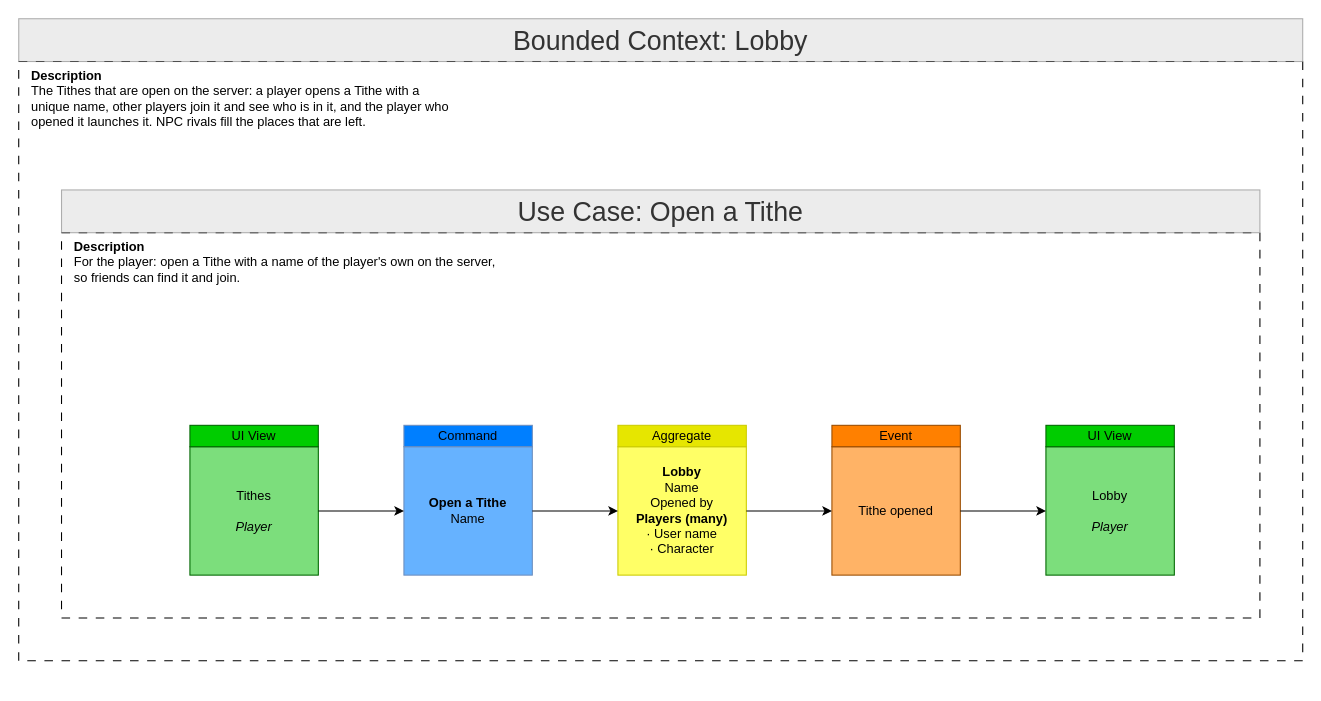
Earlier version of the draw.io diagram ProductOwner/contexts/lobby/models/Feature-036-open-a-tithe.drawio (tokeboisen/themaw). Source tidied: cells renumbered, new cells numbered last; positions are measured from the earlier drawing's top-left corner, leaving out a move shared by most shapes. Both pictures are drawn from the tidied source at 107%, with x=0, y=0 at pixel (18, 18).
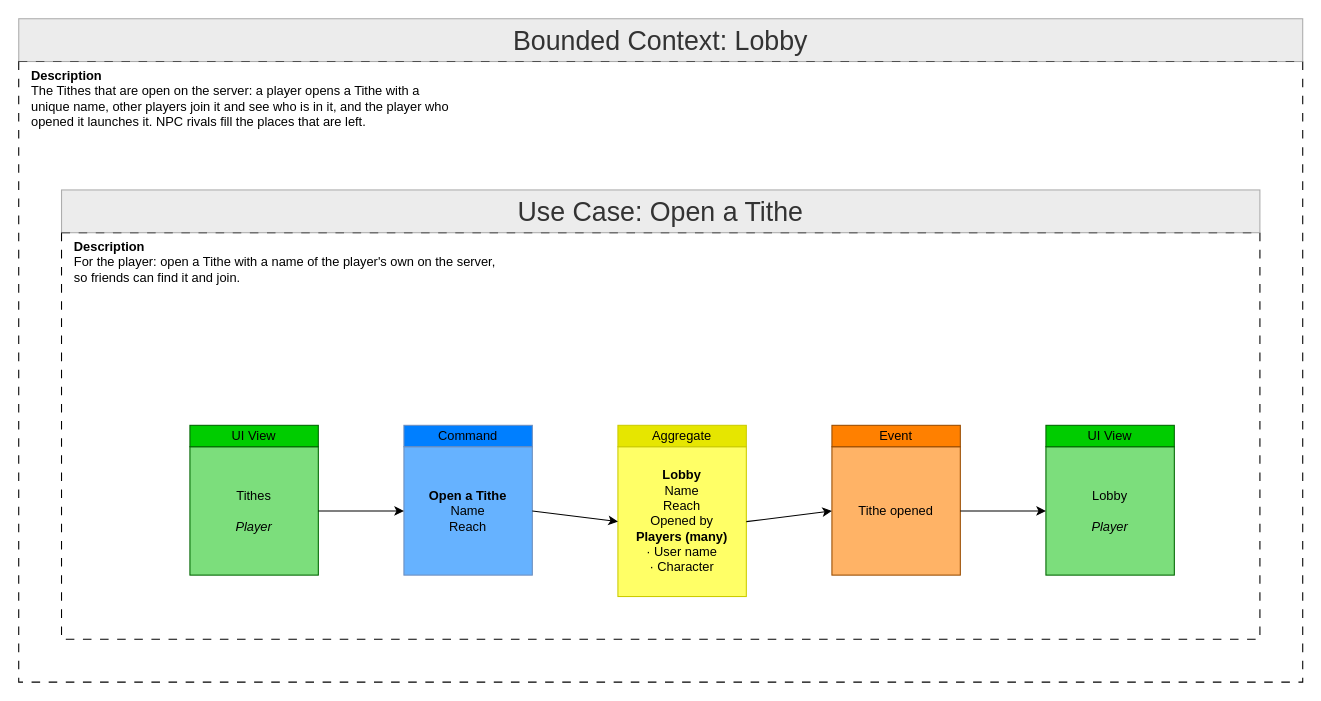
The same page after the edit.

Diff of the diagram source:
```diff
@@
     <mxCell id="2" style="rounded=0;whiteSpace=wrap;html=1;fillColor=none;dashed=1;dashPattern=8 8;" parent="1" vertex="1">
-      <mxGeometry y="40" width="1200" height="560" as="geometry" />
+      <mxGeometry y="40" width="1200" height="580" as="geometry" />
     </mxCell>
@@
     <mxCell id="5" style="rounded=0;whiteSpace=wrap;html=1;fillColor=none;dashed=1;dashPattern=8 8;" parent="1" vertex="1">
-      <mxGeometry x="40" y="200" width="1120" height="360" as="geometry" />
+      <mxGeometry x="40" y="200" width="1120" height="380" as="geometry" />
     </mxCell>
@@
-    <mxCell id="10" value="&lt;b&gt;Open a Tithe&lt;/b&gt;&lt;br&gt;Name" style="rounded=0;whiteSpace=wrap;html=1;labelBackgroundColor=none;fillColor=#66B2FF;strokeColor=#6C8EBF;" parent="1" vertex="1">
+    <mxCell id="10" value="&lt;b&gt;Open a Tithe&lt;/b&gt;&lt;br&gt;Name&lt;br&gt;Reach" style="rounded=0;whiteSpace=wrap;html=1;labelBackgroundColor=none;fillColor=#66B2FF;strokeColor=#6C8EBF;" parent="1" vertex="1">
       <mxGeometry x="360" y="400" width="120" height="120" as="geometry" />
     </mxCell>
@@
-    <mxCell id="12" value="&lt;b&gt;Lobby&lt;/b&gt;&lt;br&gt;Name&lt;br&gt;Opened by&lt;br&gt;&lt;b&gt;Players (many)&lt;/b&gt;&lt;br&gt;· User name&lt;br&gt;· Character" style="rounded=0;whiteSpace=wrap;html=1;labelBackgroundColor=none;fillColor=#FFFF66;strokeColor=#CCCC00;" parent="1" vertex="1">
-      <mxGeometry x="560" y="400" width="120" height="120" as="geometry" />
+    <mxCell id="12" value="&lt;b&gt;Lobby&lt;/b&gt;&lt;br&gt;Name&lt;br&gt;Reach&lt;br&gt;Opened by&lt;br&gt;&lt;b&gt;Players (many)&lt;/b&gt;&lt;br&gt;· User name&lt;br&gt;· Character" style="rounded=0;whiteSpace=wrap;html=1;labelBackgroundColor=none;fillColor=#FFFF66;strokeColor=#CCCC00;" parent="1" vertex="1">
+      <mxGeometry x="560" y="400" width="120" height="140" as="geometry" />
     </mxCell>
```
